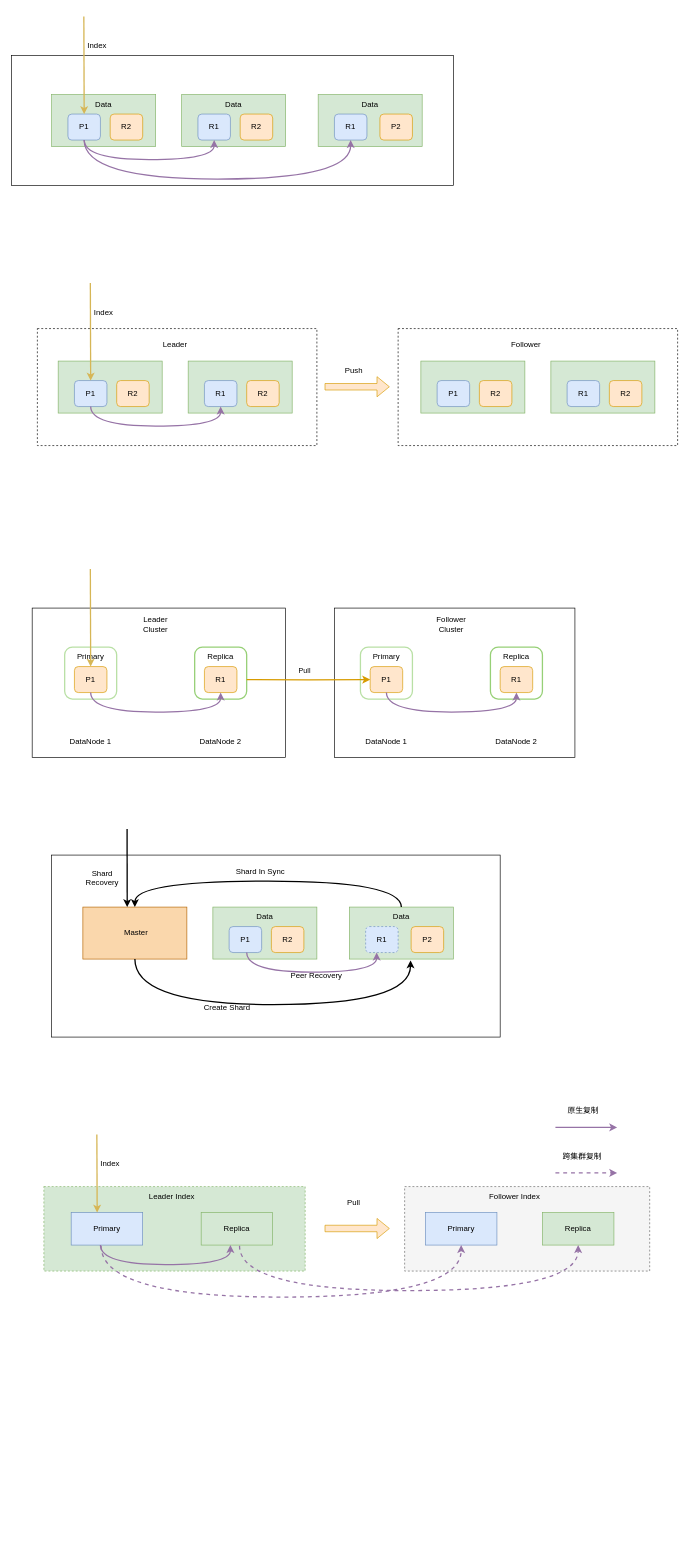
This is elasticsearch/raw/es_replicate1031.drawio from kingskipper/design, a draw.io file, before an edit. Source tidied: cells renumbered, new cells numbered last; positions are measured from the earlier drawing's top-left corner, leaving out a move shared by most shapes. Both pictures are drawn from the tidied source at 65%, with x=0, y=0 at pixel (11, 16).
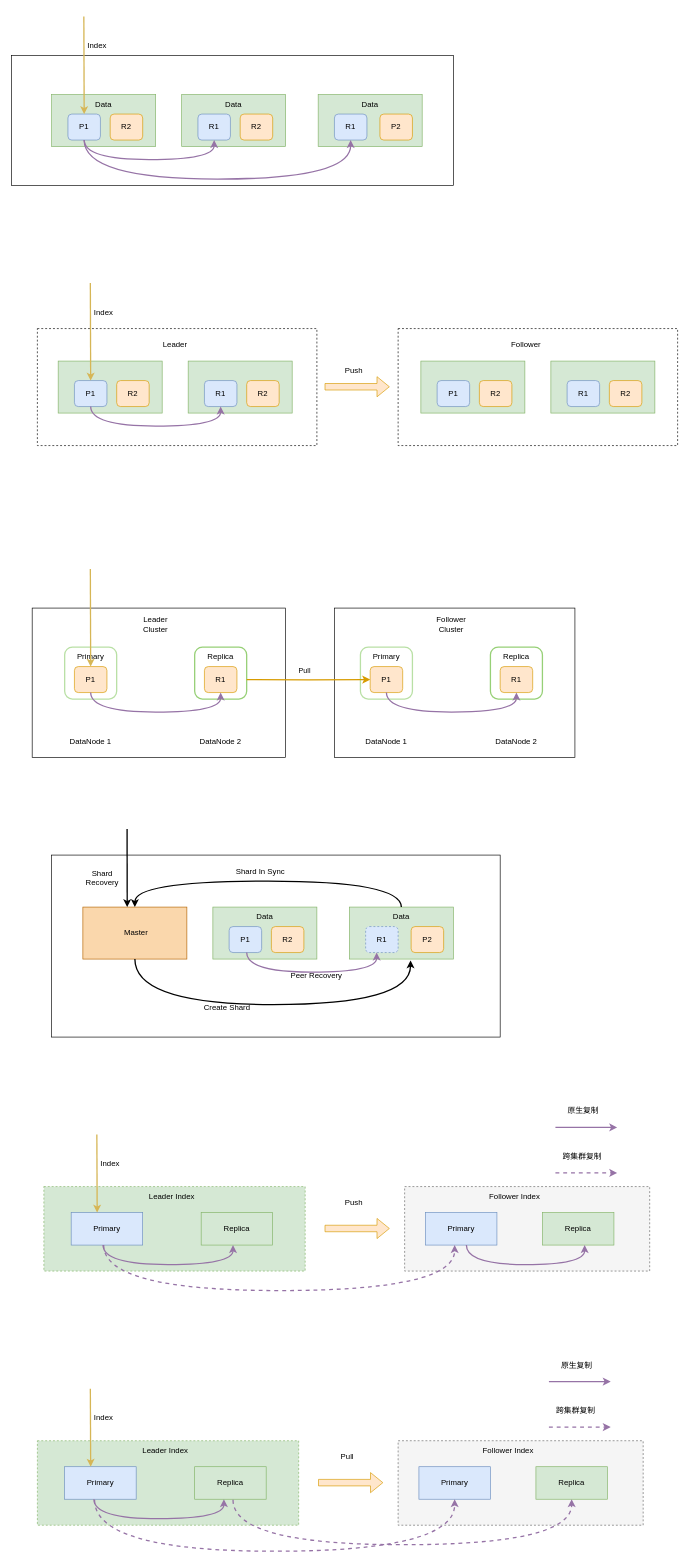
The same diagram, later.

Unchanged cells that the change refers to:
```xml
<mxCell id="87" value="Primary" style="rounded=0;whiteSpace=wrap;html=1;fillColor=#dae8fc;strokeColor=#6c8ebf;" parent="1" vertex="1">
  <mxGeometry x="92" y="1840" width="110" height="50" as="geometry" />
</mxCell>
<mxCell id="95" value="Primary" style="rounded=0;whiteSpace=wrap;html=1;fillColor=#dae8fc;strokeColor=#6c8ebf;" parent="1" vertex="1">
  <mxGeometry x="637" y="1840" width="110" height="50" as="geometry" />
</mxCell>
<mxCell id="96" value="Replica" style="rounded=0;whiteSpace=wrap;html=1;fillColor=#d5e8d4;strokeColor=#82b366;" parent="1" vertex="1">
  <mxGeometry x="817" y="1840" width="110" height="50" as="geometry" />
</mxCell>
```

What changed in the source:
```diff
@@
     <mxCell id="89" style="edgeStyle=orthogonalEdgeStyle;curved=1;orthogonalLoop=1;jettySize=auto;html=1;exitX=0.5;exitY=1;exitDx=0;exitDy=0;elbow=vertical;fillColor=#e1d5e7;strokeColor=#9673a6;strokeWidth=2;" parent="1" edge="1">
       <mxGeometry relative="1" as="geometry">
-        <mxPoint x="137" y="1890" as="sourcePoint" />
-        <mxPoint x="337" y="1890" as="targetPoint" />
+        <mxPoint x="141" y="1890" as="sourcePoint" />
+        <mxPoint x="341" y="1890" as="targetPoint" />
         <Array as="points">
-          <mxPoint x="137" y="1920" />
-          <mxPoint x="337" y="1920" />
+          <mxPoint x="141" y="1920" />
+          <mxPoint x="341" y="1920" />
         </Array>
       </mxGeometry>
     </mxCell>
@@
-    <mxCell id="94" value="Pull" style="text;html=1;strokeColor=none;fillColor=none;align=center;verticalAlign=middle;whiteSpace=wrap;rounded=0;dashed=1;" parent="1" vertex="1">
+    <mxCell id="94" value="Push" style="text;html=1;strokeColor=none;fillColor=none;align=center;verticalAlign=middle;whiteSpace=wrap;rounded=0;dashed=1;" parent="1" vertex="1">
       <mxGeometry x="497" y="1810" width="60" height="30" as="geometry" />
     </mxCell>
@@
-    <mxCell id="97" style="jettySize=auto;html=1;elbow=vertical;fillColor=#e1d5e7;strokeColor=#9673a6;strokeWidth=2;exitX=0.418;exitY=1.02;exitDx=0;exitDy=0;exitPerimeter=0;edgeStyle=orthogonalEdgeStyle;curved=1;entryX=0.5;entryY=1;entryDx=0;entryDy=0;dashed=1;" parent="1" edge="1" source="87" target="95">
-      <mxGeometry relative="1" as="geometry">
-        <Array as="points">
-          <mxPoint x="138" y="1970" />
-          <mxPoint x="692" y="1970" />
-        </Array>
-      </mxGeometry>
-    </mxCell>
-    <mxCell id="98" style="jettySize=auto;html=1;elbow=vertical;fillColor=#e1d5e7;strokeColor=#9673a6;strokeWidth=2;exitX=0.418;exitY=1.02;exitDx=0;exitDy=0;exitPerimeter=0;entryX=0.5;entryY=1;entryDx=0;entryDy=0;dashed=1;edgeStyle=orthogonalEdgeStyle;curved=1;" parent="1" edge="1" target="96">
+    <mxCell id="98" style="orthogonalLoop=1;jettySize=auto;html=1;elbow=vertical;fillColor=#e1d5e7;strokeColor=#9673a6;strokeWidth=2;dashed=1;edgeStyle=orthogonalEdgeStyle;curved=1;" parent="1" edge="1">
       <mxGeometry relative="1" as="geometry">
-        <mxPoint x="351" y="1891" as="sourcePoint" />
+        <mxPoint x="142" y="1890" as="sourcePoint" />
+        <mxPoint x="682" y="1890" as="targetPoint" />
         <Array as="points">
-          <mxPoint x="351" y="1960" />
-          <mxPoint x="872" y="1960" />
+          <mxPoint x="142" y="1960" />
+          <mxPoint x="682" y="1960" />
         </Array>
       </mxGeometry>
     </mxCell>
@@
+    <mxCell id="103" style="rounded=0;whiteSpace=wrap;html=1;dashed=1;fillColor=#f5f5f5;fontColor=#333333;strokeColor=#666666;" parent="1" vertex="1">
+      <mxGeometry x="595" y="2191" width="377" height="130" as="geometry" />
+    </mxCell>
+    <mxCell id="104" style="rounded=0;whiteSpace=wrap;html=1;dashed=1;fillColor=#d5e8d4;strokeColor=#82b366;" parent="1" vertex="1">
+      <mxGeometry x="40" y="2191" width="402" height="130" as="geometry" />
+    </mxCell>
+    <mxCell id="105" value="Replica" style="rounded=0;whiteSpace=wrap;html=1;fillColor=#d5e8d4;strokeColor=#82b366;" parent="1" vertex="1">
+      <mxGeometry x="282" y="2231" width="110" height="50" as="geometry" />
+    </mxCell>
+    <mxCell id="106" value="Primary" style="rounded=0;whiteSpace=wrap;html=1;fillColor=#dae8fc;strokeColor=#6c8ebf;" parent="1" vertex="1">
+      <mxGeometry x="82" y="2231" width="110" height="50" as="geometry" />
+    </mxCell>
+    <mxCell id="107" style="endArrow=classic;html=1;rounded=0;fillColor=#fff2cc;strokeColor=#d6b656;strokeWidth=2;" parent="1" edge="1">
+      <mxGeometry relative="1" as="geometry">
+        <mxPoint x="121.5" y="2111" as="sourcePoint" />
+        <mxPoint x="122" y="2231" as="targetPoint" />
+      </mxGeometry>
+    </mxCell>
+    <mxCell id="108" style="edgeStyle=orthogonalEdgeStyle;curved=1;orthogonalLoop=1;jettySize=auto;html=1;exitX=0.5;exitY=1;exitDx=0;exitDy=0;elbow=vertical;fillColor=#e1d5e7;strokeColor=#9673a6;strokeWidth=2;" parent="1" edge="1">
+      <mxGeometry relative="1" as="geometry">
+        <mxPoint x="127" y="2281" as="sourcePoint" />
+        <mxPoint x="327" y="2281" as="targetPoint" />
+        <Array as="points">
+          <mxPoint x="127" y="2311" />
+          <mxPoint x="327" y="2311" />
+        </Array>
+      </mxGeometry>
+    </mxCell>
+    <mxCell id="109" value="Index" style="text;html=1;strokeColor=none;fillColor=none;align=center;verticalAlign=middle;whiteSpace=wrap;rounded=0;" parent="1" vertex="1">
+      <mxGeometry x="112" y="2141" width="60" height="30" as="geometry" />
+    </mxCell>
+    <mxCell id="110" value="Leader Index" style="text;html=1;strokeColor=none;fillColor=none;align=center;verticalAlign=middle;whiteSpace=wrap;rounded=0;dashed=1;" parent="1" vertex="1">
+      <mxGeometry x="192" y="2191" width="90" height="30" as="geometry" />
+    </mxCell>
+    <mxCell id="111" style="shape=flexArrow;endArrow=classic;html=1;rounded=0;fillColor=#ffe6cc;strokeColor=#d79b00;" parent="1" edge="1">
+      <mxGeometry relative="1" as="geometry">
+        <mxPoint x="472" y="2255.5" as="sourcePoint" />
+        <mxPoint x="572" y="2255.5" as="targetPoint" />
+      </mxGeometry>
+    </mxCell>
+    <mxCell id="112" value="Follower Index" style="text;html=1;strokeColor=none;fillColor=none;align=center;verticalAlign=middle;whiteSpace=wrap;rounded=0;dashed=1;" parent="1" vertex="1">
+      <mxGeometry x="717" y="2191" width="95" height="30" as="geometry" />
+    </mxCell>
+    <mxCell id="113" value="Pull" style="text;html=1;strokeColor=none;fillColor=none;align=center;verticalAlign=middle;whiteSpace=wrap;rounded=0;dashed=1;" parent="1" vertex="1">
+      <mxGeometry x="487" y="2201" width="60" height="30" as="geometry" />
+    </mxCell>
+    <mxCell id="114" value="Primary" style="rounded=0;whiteSpace=wrap;html=1;fillColor=#dae8fc;strokeColor=#6c8ebf;" parent="1" vertex="1">
+      <mxGeometry x="627" y="2231" width="110" height="50" as="geometry" />
+    </mxCell>
+    <mxCell id="115" value="Replica" style="rounded=0;whiteSpace=wrap;html=1;fillColor=#d5e8d4;strokeColor=#82b366;" parent="1" vertex="1">
+      <mxGeometry x="807" y="2231" width="110" height="50" as="geometry" />
+    </mxCell>
+    <mxCell id="116" style="jettySize=auto;html=1;elbow=vertical;fillColor=#e1d5e7;strokeColor=#9673a6;strokeWidth=2;exitX=0.418;exitY=1.02;exitDx=0;exitDy=0;exitPerimeter=0;edgeStyle=orthogonalEdgeStyle;curved=1;entryX=0.5;entryY=1;entryDx=0;entryDy=0;dashed=1;" parent="1" edge="1" source="106" target="114">
+      <mxGeometry relative="1" as="geometry">
+        <Array as="points">
+          <mxPoint x="128" y="2361" />
+          <mxPoint x="682" y="2361" />
+        </Array>
+      </mxGeometry>
+    </mxCell>
+    <mxCell id="117" style="jettySize=auto;html=1;elbow=vertical;fillColor=#e1d5e7;strokeColor=#9673a6;strokeWidth=2;exitX=0.418;exitY=1.02;exitDx=0;exitDy=0;exitPerimeter=0;entryX=0.5;entryY=1;entryDx=0;entryDy=0;dashed=1;edgeStyle=orthogonalEdgeStyle;curved=1;" parent="1" edge="1" target="115">
+      <mxGeometry relative="1" as="geometry">
+        <mxPoint x="341" y="2282" as="sourcePoint" />
+        <Array as="points">
+          <mxPoint x="341" y="2351" />
+          <mxPoint x="862" y="2351" />
+        </Array>
+      </mxGeometry>
+    </mxCell>
+    <mxCell id="118" style="orthogonalLoop=1;jettySize=auto;html=1;elbow=vertical;fillColor=#e1d5e7;strokeColor=#9673a6;strokeWidth=2;" parent="1" edge="1">
+      <mxGeometry relative="1" as="geometry">
+        <mxPoint x="827" y="2100" as="sourcePoint" />
+        <mxPoint x="922" y="2100" as="targetPoint" />
+      </mxGeometry>
+    </mxCell>
+    <mxCell id="119" style="orthogonalLoop=1;jettySize=auto;html=1;elbow=vertical;fillColor=#e1d5e7;strokeColor=#9673a6;strokeWidth=2;dashed=1;" parent="1" edge="1">
+      <mxGeometry relative="1" as="geometry">
+        <mxPoint x="827" y="2170" as="sourcePoint" />
+        <mxPoint x="922" y="2170" as="targetPoint" />
+      </mxGeometry>
+    </mxCell>
+    <mxCell id="120" value="原生复制" style="text;html=1;strokeColor=none;fillColor=none;align=center;verticalAlign=middle;whiteSpace=wrap;rounded=0;dashed=1;" parent="1" vertex="1">
+      <mxGeometry x="840" y="2060" width="60" height="30" as="geometry" />
+    </mxCell>
+    <mxCell id="121" value="跨集群复制" style="text;html=1;strokeColor=none;fillColor=none;align=center;verticalAlign=middle;whiteSpace=wrap;rounded=0;dashed=1;" parent="1" vertex="1">
+      <mxGeometry x="830" y="2130" width="77" height="30" as="geometry" />
+    </mxCell>
+    <mxCell id="122" style="orthogonalLoop=1;jettySize=auto;html=1;exitX=0.5;exitY=1;exitDx=0;exitDy=0;elbow=vertical;fillColor=#e1d5e7;strokeColor=#9673a6;strokeWidth=2;edgeStyle=orthogonalEdgeStyle;curved=1;" parent="1" edge="1">
+      <mxGeometry relative="1" as="geometry">
+        <mxPoint x="700" y="1890" as="sourcePoint" />
+        <mxPoint x="882" y="1890" as="targetPoint" />
+        <Array as="points">
+          <mxPoint x="700" y="1920" />
+          <mxPoint x="882" y="1920" />
+        </Array>
+      </mxGeometry>
+    </mxCell>
```
